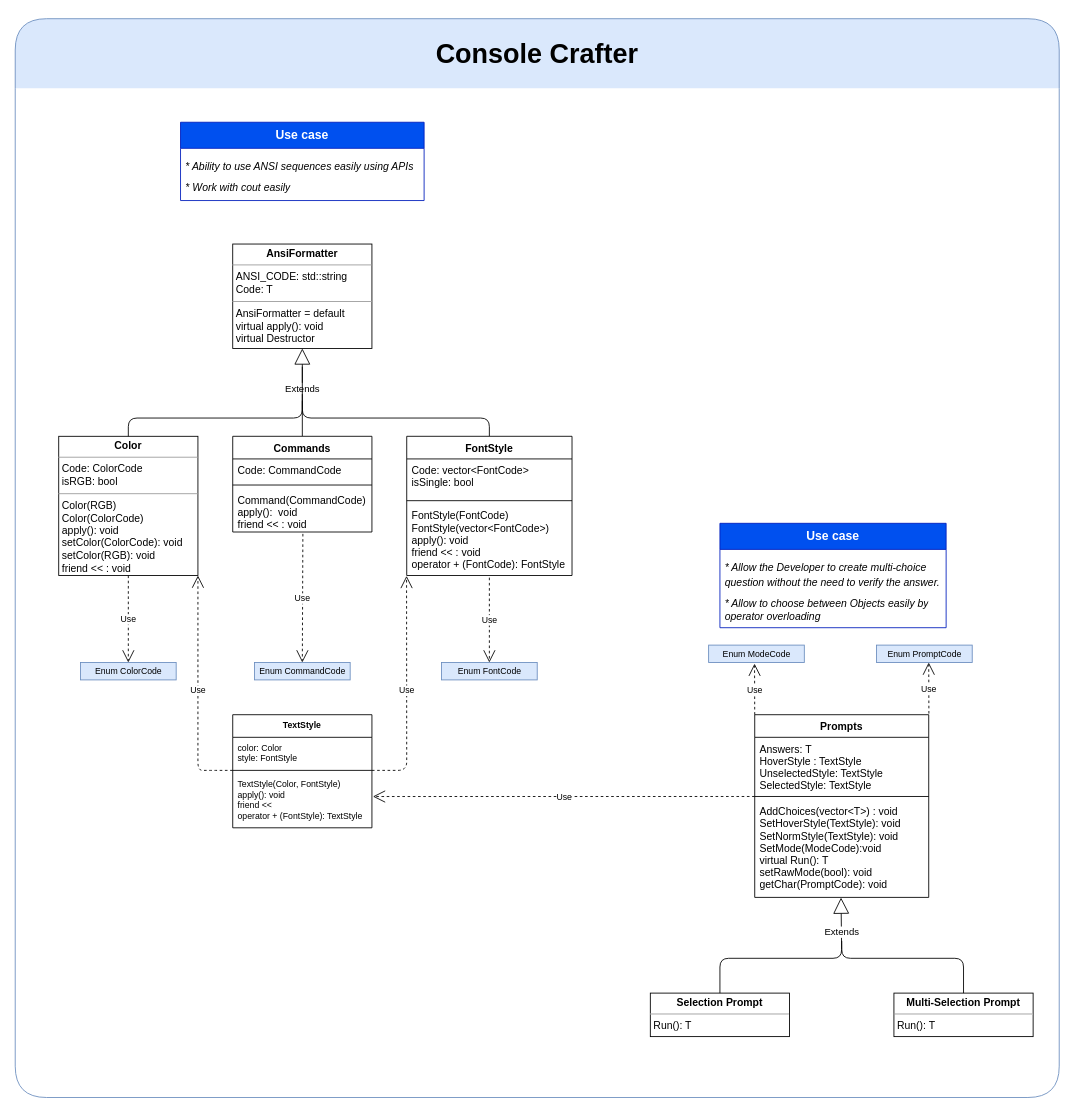
The draw.io diagram UML.drawio in MagedGDEV/ConsoleCrafter, before the edit. Source tidied: cells renumbered, new cells numbered last; positions are measured from the earlier drawing's top-left corner, leaving out a move shared by most shapes. Both pictures are drawn from the tidied source at 87%, with x=0, y=0 at pixel (15, 18).
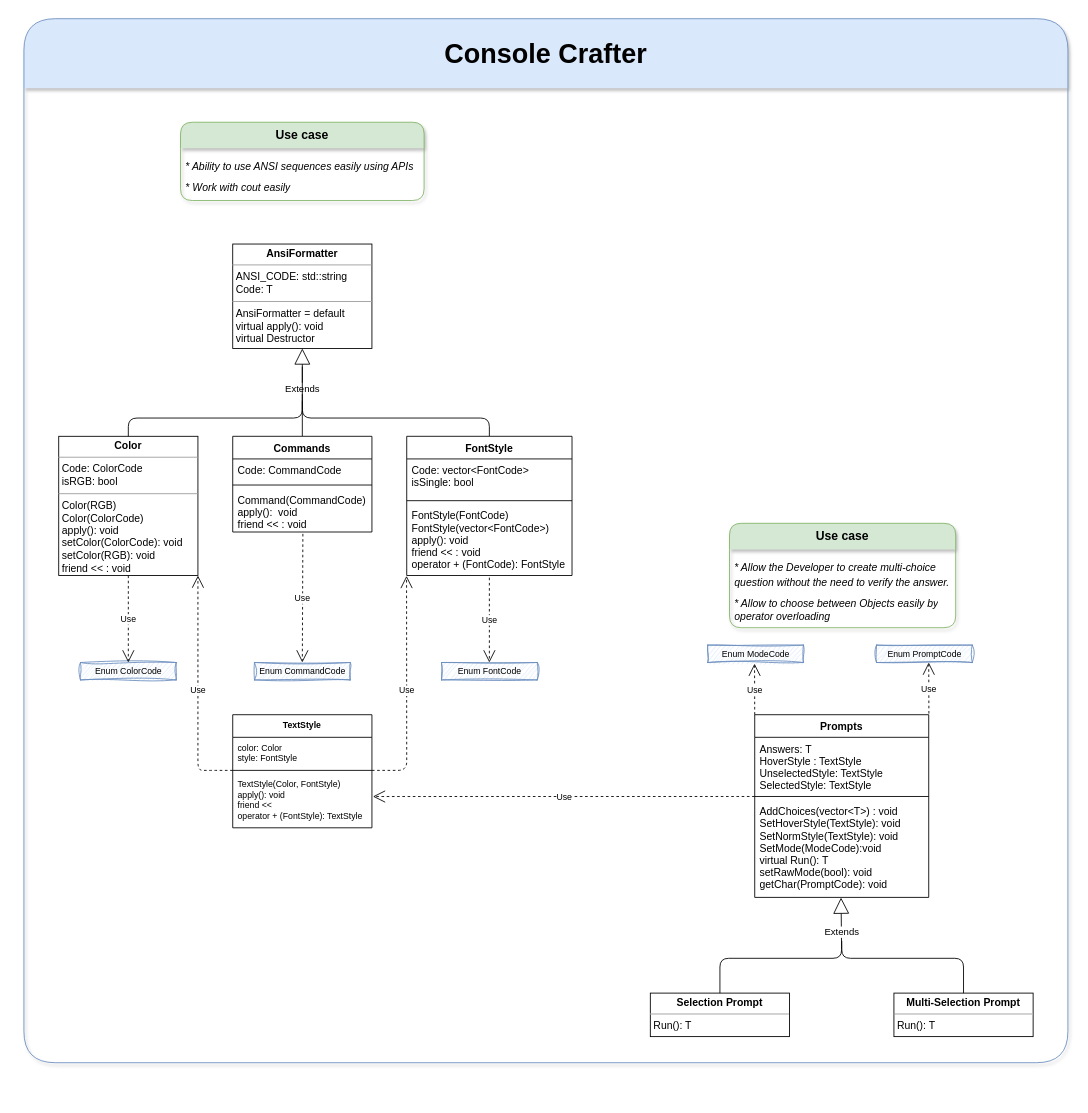
The same page after the edit.

Commit message:
UML diagram before discussion

Unchanged cells that the change refers to:
```xml
<mxCell id="30" value="Prompts" style="swimlane;fontStyle=1;align=center;verticalAlign=top;horizontal=1;startSize=26;" parent="1" vertex="1">
  <mxGeometry x="850" y="800" width="200" height="210" as="geometry" />
</mxCell>
```

Change to the diagram source:
```diff
@@
-    <mxCell id="15" value="&lt;font style=&quot;font-size: 10px;&quot;&gt;Enum ColorCode&lt;/font&gt;" style="html=1;fillColor=#dae8fc;strokeColor=#6c8ebf;" parent="1" vertex="1">
+    <mxCell id="15" value="&lt;font style=&quot;font-size: 10px;&quot;&gt;Enum ColorCode&lt;/font&gt;" style="html=1;fillColor=#dae8fc;strokeColor=#6c8ebf;sketch=1;curveFitting=1;jiggle=2;" parent="1" vertex="1">
       <mxGeometry x="75" y="740" width="110" height="20" as="geometry" />
     </mxCell>
-    <mxCell id="16" value="&lt;font style=&quot;font-size: 10px;&quot;&gt;Enum CommandCode&lt;/font&gt;" style="html=1;fillColor=#dae8fc;strokeColor=#6c8ebf;" parent="1" vertex="1">
+    <mxCell id="16" value="&lt;font style=&quot;font-size: 10px;&quot;&gt;Enum CommandCode&lt;/font&gt;" style="html=1;fillColor=#dae8fc;strokeColor=#6c8ebf;sketch=1;curveFitting=1;jiggle=2;" parent="1" vertex="1">
       <mxGeometry x="275" y="740" width="110" height="20" as="geometry" />
     </mxCell>
-    <mxCell id="17" value="&lt;font style=&quot;font-size: 10px;&quot;&gt;Enum FontCode&lt;/font&gt;" style="html=1;fillColor=#dae8fc;strokeColor=#6c8ebf;" parent="1" vertex="1">
+    <mxCell id="17" value="&lt;font style=&quot;font-size: 10px;&quot;&gt;Enum FontCode&lt;/font&gt;" style="html=1;fillColor=#dae8fc;strokeColor=#6c8ebf;sketch=1;curveFitting=1;jiggle=2;" parent="1" vertex="1">
       <mxGeometry x="490" y="740" width="110" height="20" as="geometry" />
     </mxCell>
@@
-    <mxCell id="27" value="&lt;h1 style=&quot;border-color: var(--border-color); text-align: left;&quot;&gt;&lt;span style=&quot;border-color: var(--border-color); background-color: initial;&quot;&gt;Use case&lt;/span&gt;&lt;/h1&gt;" style="swimlane;fontStyle=0;horizontal=1;startSize=30;whiteSpace=wrap;html=1;fontSize=7;fillColor=#0050ef;strokeColor=#001DBC;fontColor=#ffffff;" parent="1" vertex="1">
+    <mxCell id="27" value="&lt;h1 style=&quot;border-color: var(--border-color); text-align: left;&quot;&gt;&lt;span style=&quot;border-color: var(--border-color); background-color: initial;&quot;&gt;Use case&lt;/span&gt;&lt;/h1&gt;" style="swimlane;fontStyle=0;horizontal=1;startSize=30;whiteSpace=wrap;html=1;fontSize=7;fillColor=#d5e8d4;strokeColor=#82b366;rounded=1;swimlaneLine=0;glass=0;shadow=1;" parent="1" vertex="1">
       <mxGeometry x="190" y="119" width="280" height="90" as="geometry" />
     </mxCell>
@@
-    <mxCell id="39" value="&lt;font style=&quot;font-size: 31px;&quot;&gt;Console Crafter&lt;/font&gt;" style="swimlane;whiteSpace=wrap;html=1;startSize=80;fillColor=#dae8fc;strokeColor=#6c8ebf;rounded=1;swimlaneLine=0;" parent="1" vertex="1">
-      <mxGeometry width="1200" height="1240" as="geometry" />
+    <mxCell id="39" value="&lt;font style=&quot;font-size: 31px;&quot;&gt;Console Crafter&lt;/font&gt;" style="swimlane;whiteSpace=wrap;html=1;startSize=80;fillColor=#dae8fc;strokeColor=#6c8ebf;rounded=1;swimlaneLine=0;shadow=1;" parent="1" vertex="1">
+      <mxGeometry x="10" width="1200" height="1200" as="geometry" />
     </mxCell>
-    <mxCell id="40" value="&lt;font style=&quot;font-size: 10px;&quot;&gt;Enum ModeCode&lt;/font&gt;" style="html=1;fillColor=#dae8fc;strokeColor=#6c8ebf;" parent="39" vertex="1">
-      <mxGeometry x="797" y="720" width="110" height="20" as="geometry" />
+    <mxCell id="40" value="&lt;font style=&quot;font-size: 10px;&quot;&gt;Enum ModeCode&lt;/font&gt;" style="html=1;fillColor=#dae8fc;strokeColor=#6c8ebf;glass=0;shadow=0;sketch=1;curveFitting=1;jiggle=2;" parent="39" vertex="1">
+      <mxGeometry x="786" y="720" width="110" height="20" as="geometry" />
     </mxCell>
-    <mxCell id="41" value="&lt;font style=&quot;font-size: 10px;&quot;&gt;Enum PromptCode&lt;/font&gt;" style="html=1;fillColor=#dae8fc;strokeColor=#6c8ebf;" parent="39" vertex="1">
-      <mxGeometry x="990" y="720" width="110" height="20" as="geometry" />
+    <mxCell id="41" value="&lt;font style=&quot;font-size: 10px;&quot;&gt;Enum PromptCode&lt;/font&gt;" style="html=1;fillColor=#dae8fc;strokeColor=#6c8ebf;sketch=1;curveFitting=1;jiggle=2;" parent="39" vertex="1">
+      <mxGeometry x="980" y="720" width="110" height="20" as="geometry" />
     </mxCell>
     <mxCell id="42" value="Use" style="endArrow=open;endSize=12;dashed=1;html=1;fontSize=10;entryX=0.48;entryY=1.065;entryDx=0;entryDy=0;exitX=0;exitY=0;exitDx=0;exitDy=0;entryPerimeter=0;" parent="39" edge="1">
       <mxGeometry relative="1" as="geometry">
-        <mxPoint x="1050.2" y="798.7" as="sourcePoint" />
-        <mxPoint x="1050" y="740" as="targetPoint" />
+        <mxPoint x="1040.2" y="798.7" as="sourcePoint" />
+        <mxPoint x="1040" y="740" as="targetPoint" />
       </mxGeometry>
     </mxCell>
-    <mxCell id="43" value="&lt;h1 style=&quot;border-color: var(--border-color); text-align: left;&quot;&gt;&lt;span style=&quot;border-color: var(--border-color); background-color: initial;&quot;&gt;Use case&lt;/span&gt;&lt;/h1&gt;" style="swimlane;fontStyle=0;horizontal=1;startSize=30;whiteSpace=wrap;html=1;fontSize=7;fillColor=#0050ef;strokeColor=#001DBC;fontColor=#ffffff;" parent="39" vertex="1">
-      <mxGeometry x="810" y="580" width="260" height="120" as="geometry" />
+    <mxCell id="43" value="&lt;h1 style=&quot;border-color: var(--border-color); text-align: left;&quot;&gt;&lt;span style=&quot;border-color: var(--border-color); background-color: initial;&quot;&gt;Use case&lt;/span&gt;&lt;/h1&gt;" style="swimlane;fontStyle=0;horizontal=1;startSize=30;whiteSpace=wrap;html=1;fontSize=7;fillColor=#d5e8d4;strokeColor=#82b366;rounded=1;swimlaneLine=0;shadow=1;" parent="39" vertex="1">
+      <mxGeometry x="811" y="580" width="260" height="120" as="geometry" />
     </mxCell>
@@
-    <mxCell id="46" value="Use" style="endArrow=open;endSize=12;dashed=1;html=1;fontSize=10;entryX=0.48;entryY=1.065;entryDx=0;entryDy=0;exitX=0;exitY=0;exitDx=0;exitDy=0;entryPerimeter=0;" parent="1" edge="1" source="30" target="40">
-      <mxGeometry relative="1" as="geometry" />
+    <mxCell id="46" value="Use" style="endArrow=open;endSize=12;dashed=1;html=1;fontSize=10;entryX=0.48;entryY=1.065;entryDx=0;entryDy=0;entryPerimeter=0;" parent="1" edge="1">
+      <mxGeometry relative="1" as="geometry">
+        <mxPoint x="850" y="800" as="sourcePoint" />
+        <mxPoint x="849.8" y="741.3" as="targetPoint" />
+      </mxGeometry>
     </mxCell>
```
